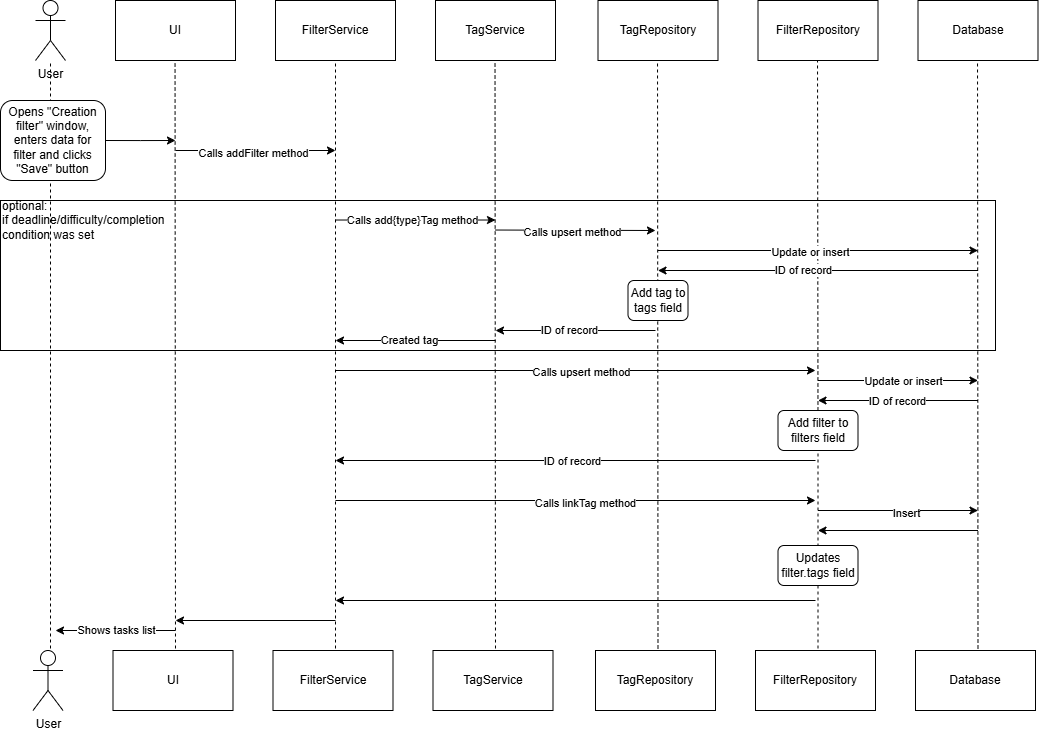
The draw.io diagram images/add_filter.png in AliakseiSuvorau/todo-list-app, before a commit. Source tidied: cells renumbered, new cells last; positions are measured from the earlier drawing's top-left corner, leaving out a move shared by most shapes.
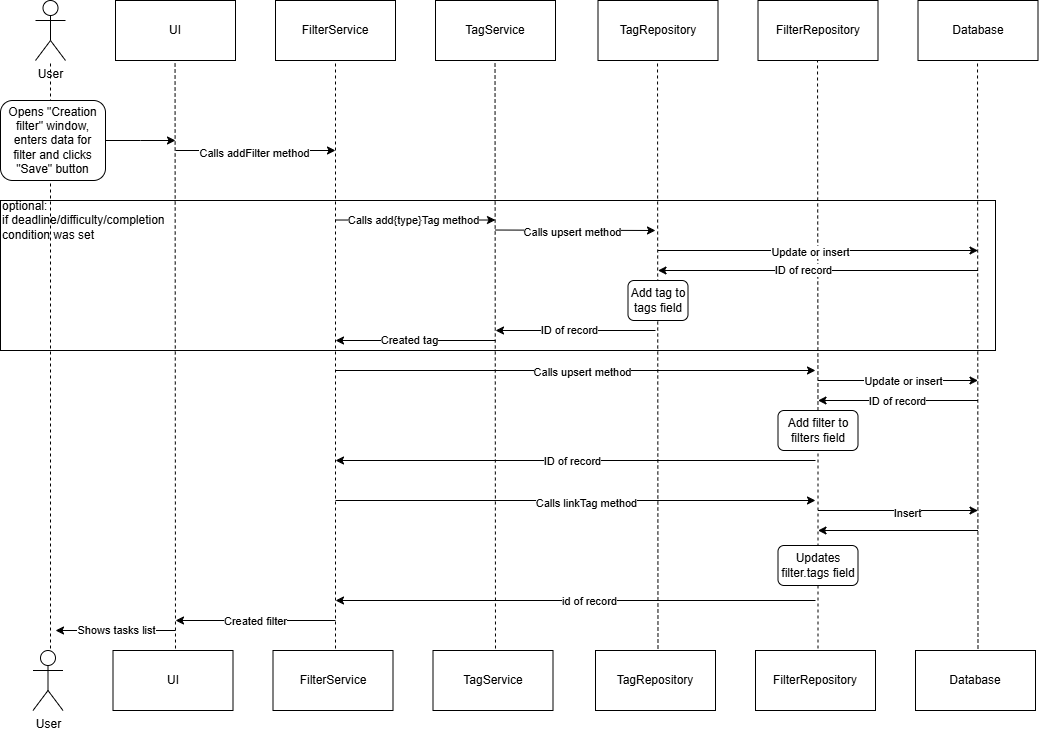
After the change.

Change to the diagram source:
```diff
@@ -225,12 +225,22 @@
         <mxPoint x="335" y="600" as="targetPoint" />
       </mxGeometry>
     </mxCell>
+    <mxCell id="62" value="id of record" style="edgeLabel;html=1;align=center;verticalAlign=middle;" parent="51" vertex="1">
+      <mxGeometry x="-0.05" y="2" relative="1" as="geometry">
+        <mxPoint y="-2" as="offset" />
+      </mxGeometry>
+    </mxCell>
     <mxCell id="52" style="endArrow=classic;html=1;rounded=0;" parent="1" edge="1">
       <mxGeometry relative="1" as="geometry">
         <mxPoint x="335" y="620" as="sourcePoint" />
         <mxPoint x="175" y="620" as="targetPoint" />
       </mxGeometry>
     </mxCell>
+    <mxCell id="63" value="Created filter" style="edgeLabel;html=1;align=center;verticalAlign=middle;" parent="52" vertex="1">
+      <mxGeometry x="0.02" y="-3" relative="1" as="geometry">
+        <mxPoint y="3" as="offset" />
+      </mxGeometry>
+    </mxCell>
     <mxCell id="53" style="endArrow=classic;html=1;rounded=0;" parent="1" edge="1">
       <mxGeometry relative="1" as="geometry">
         <mxPoint x="175" y="630" as="sourcePoint" />
```
